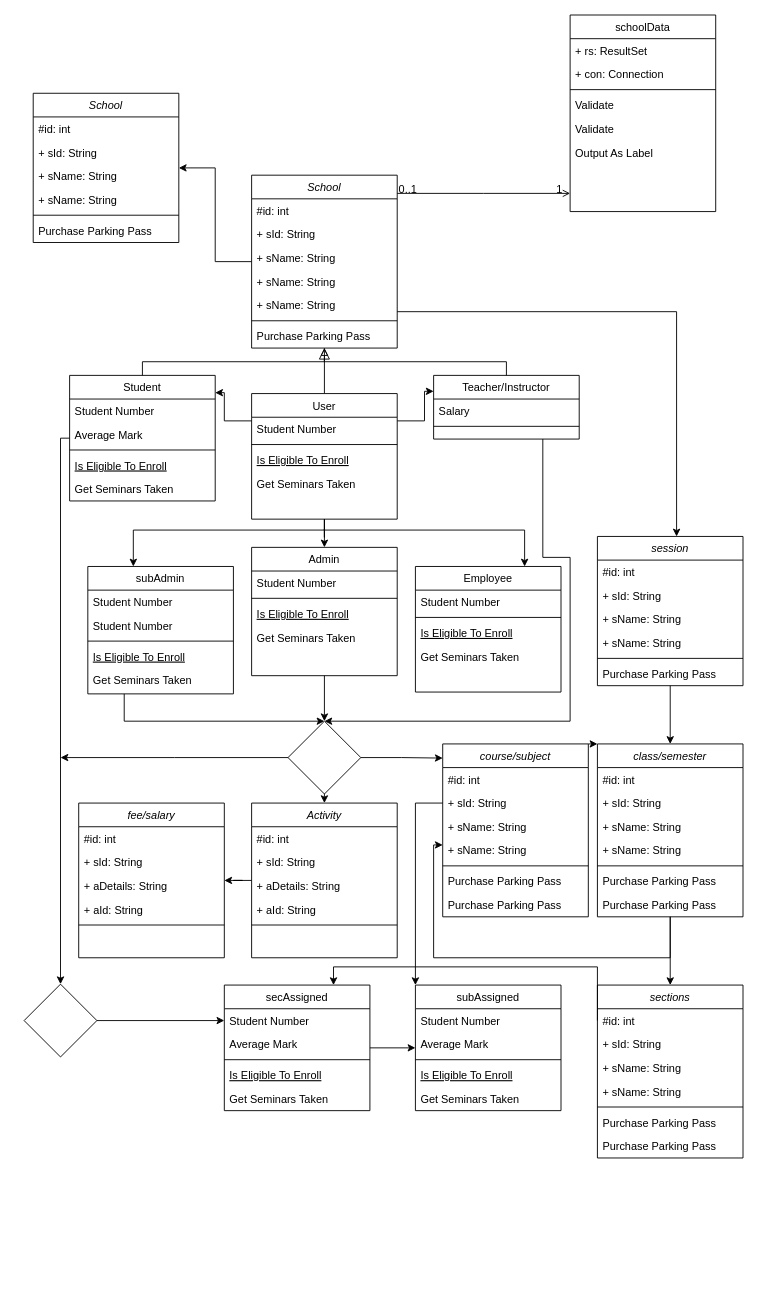
Earlier version of the draw.io diagram Untitled Diagram.drawio (mffoysal/git-github). Source tidied: cells renumbered, new cells numbered last; positions are measured from the earlier drawing's top-left corner, leaving out a move shared by most shapes. Both pictures are drawn from the tidied source at 91%, with x=0, y=0 at pixel (24, 15).
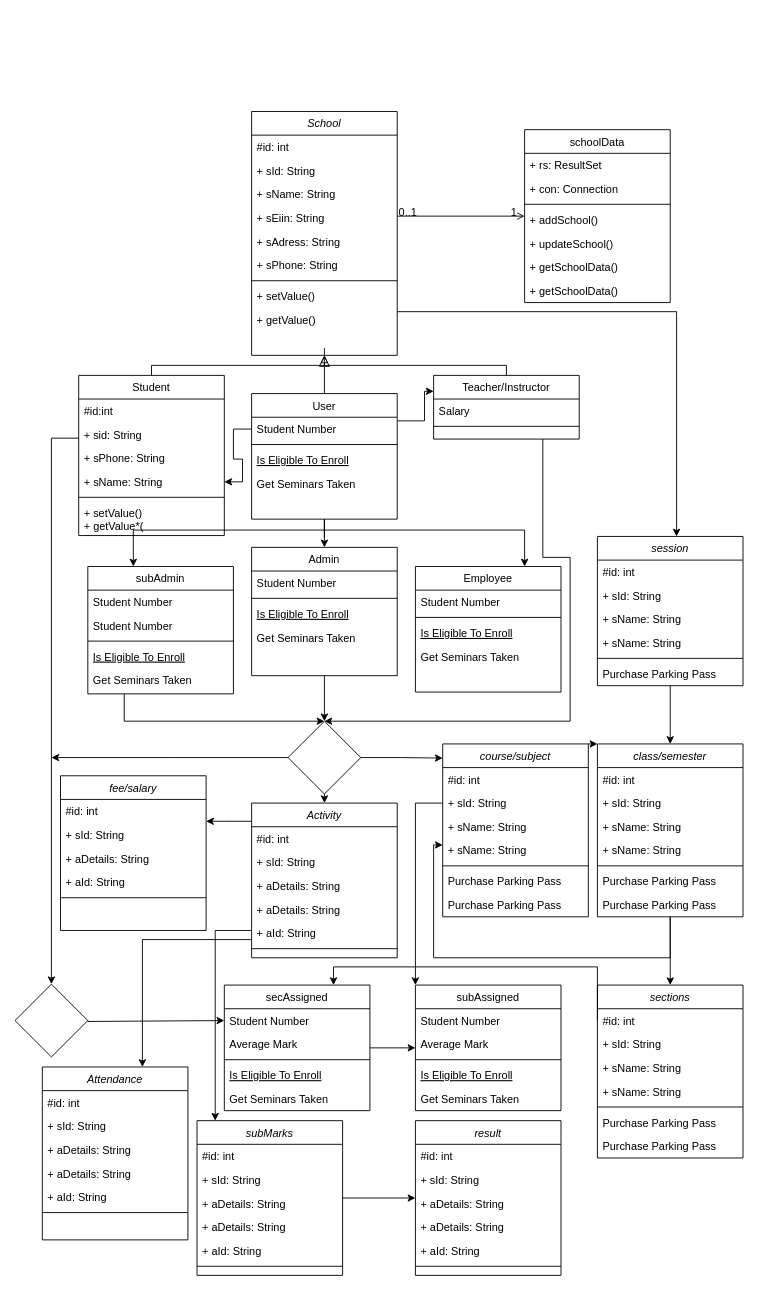
Above is the later version.

Unchanged cells that the change refers to:
```xml
<mxCell id="41" value="Student Number" style="text;align=left;verticalAlign=top;spacingLeft=4;spacingRight=4;overflow=hidden;points=[[0,0.5],[1,0.5]];portConstraint=eastwest;" parent="40" vertex="1">
  <mxGeometry y="26" width="160" height="26" as="geometry" />
</mxCell>
<mxCell id="108" value="Activity" style="swimlane;fontStyle=2;align=center;verticalAlign=top;horizontal=1;startSize=26;rounded=0;shadow=0;strokeWidth=1;" parent="1" vertex="1">
  <mxGeometry x="250" y="866" width="160" height="170" as="geometry" />
</mxCell>
<mxCell id="116" value="Student Number" style="text;align=left;verticalAlign=top;spacingLeft=4;spacingRight=4;overflow=hidden;points=[[0,0.5],[1,0.5]];portConstraint=eastwest;" parent="115" vertex="1">
  <mxGeometry y="26" width="160" height="26" as="geometry" />
</mxCell>
<mxCell id="134" style="rhombus;whiteSpace=wrap;html=1;verticalAlign=top;fontStyle=0;startSize=26;rounded=0;shadow=0;strokeWidth=1;" parent="1" vertex="1">
  <mxGeometry x="290" y="776" width="80" height="80" as="geometry" />
</mxCell>
```

What changed in the source:
```diff
@@
-    <mxCell id="2" style="edgeStyle=orthogonalEdgeStyle;rounded=0;jettySize=auto;html=1;" parent="1" edge="1" source="4" target="65">
-      <mxGeometry relative="1" as="geometry" />
-    </mxCell>
@@
     <mxCell id="4" value="School" style="swimlane;fontStyle=2;align=center;verticalAlign=top;horizontal=1;startSize=26;rounded=0;shadow=0;strokeWidth=1;" parent="1" vertex="1">
-      <mxGeometry x="250" y="176" width="160" height="190" as="geometry" />
+      <mxGeometry x="250" y="106" width="160" height="268" as="geometry" />
     </mxCell>
@@
-    <mxCell id="8" value="+ sName: String" style="text;align=left;verticalAlign=top;spacingLeft=4;spacingRight=4;overflow=hidden;rounded=0;shadow=0;html=0;" parent="4" vertex="1">
+    <mxCell id="8" value="+ sEiin: String" style="text;align=left;verticalAlign=top;spacingLeft=4;spacingRight=4;overflow=hidden;rounded=0;shadow=0;html=0;" parent="4" vertex="1">
       <mxGeometry y="104" width="160" height="26" as="geometry" />
     </mxCell>
-    <mxCell id="9" value="+ sName: String" style="text;align=left;verticalAlign=top;spacingLeft=4;spacingRight=4;overflow=hidden;rounded=0;shadow=0;html=0;" parent="4" vertex="1">
+    <mxCell id="9" value="+ sAdress: String" style="text;align=left;verticalAlign=top;spacingLeft=4;spacingRight=4;overflow=hidden;rounded=0;shadow=0;html=0;" parent="4" vertex="1">
       <mxGeometry y="130" width="160" height="26" as="geometry" />
     </mxCell>
+    <mxCell id="141" value="+ sPhone: String" style="text;align=left;verticalAlign=top;spacingLeft=4;spacingRight=4;overflow=hidden;rounded=0;shadow=0;html=0;" parent="4" vertex="1">
+      <mxGeometry y="156" width="160" height="26" as="geometry" />
+    </mxCell>
     <mxCell id="10" style="line;html=1;strokeWidth=1;align=left;verticalAlign=middle;spacingTop=-1;spacingLeft=3;spacingRight=3;labelPosition=right;" parent="4" vertex="1">
-      <mxGeometry y="156" width="160" height="8" as="geometry" />
+      <mxGeometry y="182" width="160" height="8" as="geometry" />
     </mxCell>
-    <mxCell id="11" value="Purchase Parking Pass" style="text;align=left;verticalAlign=top;spacingLeft=4;spacingRight=4;overflow=hidden;" parent="4" vertex="1">
-      <mxGeometry y="164" width="160" height="26" as="geometry" />
+    <mxCell id="11" value="+ setValue()" style="text;align=left;verticalAlign=top;spacingLeft=4;spacingRight=4;overflow=hidden;" parent="4" vertex="1">
+      <mxGeometry y="190" width="160" height="26" as="geometry" />
     </mxCell>
+    <mxCell id="142" value="+ getValue()" style="text;align=left;verticalAlign=top;spacingLeft=4;spacingRight=4;overflow=hidden;" parent="4" vertex="1">
+      <mxGeometry y="216" width="160" height="26" as="geometry" />
+    </mxCell>
     <mxCell id="12" style="edgeStyle=orthogonalEdgeStyle;rounded=0;jettySize=auto;html=1;" parent="1" edge="1" source="13" target="130">
       <mxGeometry relative="1" as="geometry">
         <Array as="points">
-          <mxPoint x="40" y="465" />
-          <mxPoint x="40" y="1135" />
+          <mxPoint x="30" y="465" />
         </Array>
       </mxGeometry>
     </mxCell>
     <mxCell id="13" value="Student" style="swimlane;fontStyle=0;align=center;verticalAlign=top;horizontal=1;startSize=26;rounded=0;shadow=0;strokeWidth=1;" parent="1" vertex="1">
-      <mxGeometry x="50" y="396" width="160" height="138" as="geometry" />
+      <mxGeometry x="60" y="396" width="160" height="176" as="geometry" />
     </mxCell>
-    <mxCell id="14" value="Student Number" style="text;align=left;verticalAlign=top;spacingLeft=4;spacingRight=4;overflow=hidden;" parent="13" vertex="1">
+    <mxCell id="14" value="#id:int" style="text;align=left;verticalAlign=top;spacingLeft=4;spacingRight=4;overflow=hidden;" parent="13" vertex="1">
       <mxGeometry y="26" width="160" height="26" as="geometry" />
     </mxCell>
-    <mxCell id="15" value="Average Mark" style="text;align=left;verticalAlign=top;spacingLeft=4;spacingRight=4;overflow=hidden;rounded=0;shadow=0;html=0;" parent="13" vertex="1">
+    <mxCell id="15" value="+ sid: String" style="text;align=left;verticalAlign=top;spacingLeft=4;spacingRight=4;overflow=hidden;rounded=0;shadow=0;html=0;" parent="13" vertex="1">
       <mxGeometry y="52" width="160" height="26" as="geometry" />
     </mxCell>
+    <mxCell id="143" value="+ sPhone: String" style="text;align=left;verticalAlign=top;spacingLeft=4;spacingRight=4;overflow=hidden;rounded=0;shadow=0;html=0;" parent="13" vertex="1">
+      <mxGeometry y="78" width="160" height="26" as="geometry" />
+    </mxCell>
+    <mxCell id="69" value="+ sName: String" style="text;align=left;verticalAlign=top;spacingLeft=4;spacingRight=4;overflow=hidden;points=[[0,0.5],[1,0.5]];portConstraint=eastwest;rounded=0;shadow=0;html=0;" parent="13" vertex="1">
+      <mxGeometry y="104" width="160" height="26" as="geometry" />
+    </mxCell>
     <mxCell id="16" style="line;html=1;strokeWidth=1;align=left;verticalAlign=middle;spacingTop=-1;spacingLeft=3;spacingRight=3;labelPosition=right;" parent="13" vertex="1">
-      <mxGeometry y="78" width="160" height="8" as="geometry" />
+      <mxGeometry y="130" width="160" height="8" as="geometry" />
     </mxCell>
-    <mxCell id="17" value="Is Eligible To Enroll" style="text;align=left;verticalAlign=top;spacingLeft=4;spacingRight=4;overflow=hidden;fontStyle=4;" parent="13" vertex="1">
-      <mxGeometry y="86" width="160" height="26" as="geometry" />
-    </mxCell>
-    <mxCell id="18" value="Get Seminars Taken" style="text;align=left;verticalAlign=top;spacingLeft=4;spacingRight=4;overflow=hidden;" parent="13" vertex="1">
-      <mxGeometry y="112" width="160" height="26" as="geometry" />
+    <mxCell id="18" value="+ setValue()&#10;+ getValue*(" style="text;align=left;verticalAlign=top;spacingLeft=4;spacingRight=4;overflow=hidden;" parent="13" vertex="1">
+      <mxGeometry y="138" width="160" height="38" as="geometry" />
     </mxCell>
@@
     <mxCell id="25" value="schoolData" style="swimlane;fontStyle=0;align=center;verticalAlign=top;horizontal=1;startSize=26;rounded=0;shadow=0;strokeWidth=1;" parent="1" vertex="1">
-      <mxGeometry x="600" width="160" height="216" as="geometry" />
+      <mxGeometry x="550" y="126" width="160" height="190" as="geometry" />
     </mxCell>
@@
-    <mxCell id="29" value="Validate" style="text;align=left;verticalAlign=top;spacingLeft=4;spacingRight=4;overflow=hidden;" parent="25" vertex="1">
+    <mxCell id="29" value="+ addSchool()" style="text;align=left;verticalAlign=top;spacingLeft=4;spacingRight=4;overflow=hidden;" parent="25" vertex="1">
       <mxGeometry y="86" width="160" height="26" as="geometry" />
     </mxCell>
-    <mxCell id="30" value="Validate" style="text;align=left;verticalAlign=top;spacingLeft=4;spacingRight=4;overflow=hidden;" parent="25" vertex="1">
+    <mxCell id="30" value="+ updateSchool()" style="text;align=left;verticalAlign=top;spacingLeft=4;spacingRight=4;overflow=hidden;" parent="25" vertex="1">
       <mxGeometry y="112" width="160" height="26" as="geometry" />
     </mxCell>
-    <mxCell id="31" value="Output As Label" style="text;align=left;verticalAlign=top;spacingLeft=4;spacingRight=4;overflow=hidden;" parent="25" vertex="1">
+    <mxCell id="31" value="+ getSchoolData()" style="text;align=left;verticalAlign=top;spacingLeft=4;spacingRight=4;overflow=hidden;" parent="25" vertex="1">
       <mxGeometry y="138" width="160" height="26" as="geometry" />
     </mxCell>
+    <mxCell id="144" value="+ getSchoolData()" style="text;align=left;verticalAlign=top;spacingLeft=4;spacingRight=4;overflow=hidden;" parent="25" vertex="1">
+      <mxGeometry y="164" width="160" height="26" as="geometry" />
+    </mxCell>
@@
-    <mxCell id="64" style="edgeStyle=orthogonalEdgeStyle;rounded=0;jettySize=auto;html=1;entryX=1;entryY=0.138;entryDx=0;entryDy=0;entryPerimeter=0;" parent="1" edge="1" source="41" target="13">
-      <mxGeometry relative="1" as="geometry">
-        <Array as="points">
-          <mxPoint x="220" y="446" />
-          <mxPoint x="220" y="415" />
-        </Array>
-      </mxGeometry>
-    </mxCell>
-    <mxCell id="65" value="School" style="swimlane;fontStyle=2;align=center;verticalAlign=top;horizontal=1;startSize=26;rounded=0;shadow=0;strokeWidth=1;" parent="1" vertex="1">
-      <mxGeometry x="10" y="86" width="160" height="164" as="geometry" />
-    </mxCell>
-    <mxCell id="66" value="#id: int&#10;" style="text;align=left;verticalAlign=top;spacingLeft=4;spacingRight=4;overflow=hidden;" parent="65" vertex="1">
-      <mxGeometry y="26" width="160" height="26" as="geometry" />
-    </mxCell>
-    <mxCell id="67" value="+ sId: String" style="text;align=left;verticalAlign=top;spacingLeft=4;spacingRight=4;overflow=hidden;rounded=0;shadow=0;html=0;" parent="65" vertex="1">
-      <mxGeometry y="52" width="160" height="26" as="geometry" />
-    </mxCell>
-    <mxCell id="68" value="+ sName: String" style="text;align=left;verticalAlign=top;spacingLeft=4;spacingRight=4;overflow=hidden;rounded=0;shadow=0;html=0;" parent="65" vertex="1">
-      <mxGeometry y="78" width="160" height="26" as="geometry" />
-    </mxCell>
-    <mxCell id="69" value="+ sName: String" style="text;align=left;verticalAlign=top;spacingLeft=4;spacingRight=4;overflow=hidden;points=[[0,0.5],[1,0.5]];portConstraint=eastwest;rounded=0;shadow=0;html=0;" parent="65" vertex="1">
-      <mxGeometry y="104" width="160" height="26" as="geometry" />
-    </mxCell>
-    <mxCell id="70" style="line;html=1;strokeWidth=1;align=left;verticalAlign=middle;spacingTop=-1;spacingLeft=3;spacingRight=3;labelPosition=right;" parent="65" vertex="1">
-      <mxGeometry y="130" width="160" height="8" as="geometry" />
-    </mxCell>
-    <mxCell id="71" value="Purchase Parking Pass" style="text;align=left;verticalAlign=top;spacingLeft=4;spacingRight=4;overflow=hidden;" parent="65" vertex="1">
-      <mxGeometry y="138" width="160" height="26" as="geometry" />
-    </mxCell>
@@
     <mxCell id="107" style="edgeStyle=orthogonalEdgeStyle;rounded=0;jettySize=auto;html=1;" parent="1" edge="1" source="108" target="135">
-      <mxGeometry relative="1" as="geometry" />
+      <mxGeometry relative="1" as="geometry">
+        <Array as="points">
+          <mxPoint x="220" y="886" />
+          <mxPoint x="220" y="886" />
+        </Array>
+      </mxGeometry>
     </mxCell>
+    <mxCell id="145" style="edgeStyle=orthogonalEdgeStyle;rounded=0;jettySize=auto;html=1;" parent="1" edge="1" source="108" target="148">
+      <mxGeometry relative="1" as="geometry">
+        <Array as="points">
+          <mxPoint x="130" y="1016" />
+        </Array>
+      </mxGeometry>
+    </mxCell>
+    <mxCell id="146" style="edgeStyle=orthogonalEdgeStyle;rounded=0;jettySize=auto;html=1;" parent="1" edge="1" source="108" target="156">
+      <mxGeometry relative="1" as="geometry">
+        <Array as="points">
+          <mxPoint x="210" y="1006" />
+        </Array>
+      </mxGeometry>
+    </mxCell>
@@
+    <mxCell id="147" value="+ aDetails: String" style="text;align=left;verticalAlign=top;spacingLeft=4;spacingRight=4;overflow=hidden;rounded=0;shadow=0;html=0;" parent="108" vertex="1">
+      <mxGeometry y="78" width="160" height="26" as="geometry" />
+    </mxCell>
     <mxCell id="111" value="+ aDetails: String" style="text;align=left;verticalAlign=top;spacingLeft=4;spacingRight=4;overflow=hidden;rounded=0;shadow=0;html=0;" parent="108" vertex="1">
-      <mxGeometry y="78" width="160" height="26" as="geometry" />
+      <mxGeometry y="104" width="160" height="26" as="geometry" />
     </mxCell>
     <mxCell id="112" value="+ aId: String" style="text;align=left;verticalAlign=top;spacingLeft=4;spacingRight=4;overflow=hidden;rounded=0;shadow=0;html=0;" parent="108" vertex="1">
-      <mxGeometry y="104" width="160" height="26" as="geometry" />
+      <mxGeometry y="130" width="160" height="26" as="geometry" />
     </mxCell>
     <mxCell id="113" style="line;html=1;strokeWidth=1;align=left;verticalAlign=middle;spacingTop=-1;spacingLeft=3;spacingRight=3;labelPosition=right;" parent="108" vertex="1">
-      <mxGeometry y="130" width="160" height="8" as="geometry" />
+      <mxGeometry y="156" width="160" height="8" as="geometry" />
     </mxCell>
@@
     <mxCell id="129" style="edgeStyle=orthogonalEdgeStyle;rounded=0;jettySize=auto;html=1;exitX=0.5;exitY=0;exitDx=0;exitDy=0;entryX=0;entryY=0.5;entryDx=0;entryDy=0;" parent="1" edge="1" source="130" target="116">
-      <mxGeometry relative="1" as="geometry" />
+      <mxGeometry relative="1" as="geometry">
+        <Array as="points">
+          <mxPoint x="70" y="1106" />
+        </Array>
+      </mxGeometry>
     </mxCell>
     <mxCell id="130" style="rhombus;whiteSpace=wrap;html=1;verticalAlign=top;fontStyle=0;startSize=26;rounded=0;shadow=0;strokeWidth=1;direction=south;" parent="1" vertex="1">
-      <mxGeometry y="1065" width="80" height="80" as="geometry" />
+      <mxGeometry x="-10" y="1065" width="80" height="80" as="geometry" />
     </mxCell>
     <mxCell id="131" style="edgeStyle=orthogonalEdgeStyle;rounded=0;jettySize=auto;html=1;exitX=0;exitY=0.5;exitDx=0;exitDy=0;" parent="1" edge="1" source="134">
       <mxGeometry relative="1" as="geometry">
-        <mxPoint x="40" y="816" as="targetPoint" />
+        <mxPoint x="30" y="816" as="targetPoint" />
       </mxGeometry>
     </mxCell>
@@
     <mxCell id="135" value="fee/salary" style="swimlane;fontStyle=2;align=center;verticalAlign=top;horizontal=1;startSize=26;rounded=0;shadow=0;strokeWidth=1;" parent="1" vertex="1">
-      <mxGeometry x="60" y="866" width="160" height="170" as="geometry" />
+      <mxGeometry x="40" y="836" width="160" height="170" as="geometry" />
     </mxCell>
@@
+    <mxCell id="148" value="Attendance" style="swimlane;fontStyle=2;align=center;verticalAlign=top;horizontal=1;startSize=26;rounded=0;shadow=0;strokeWidth=1;" parent="1" vertex="1">
+      <mxGeometry x="20" y="1156" width="160" height="190" as="geometry" />
+    </mxCell>
+    <mxCell id="149" value="#id: int&#10;" style="text;align=left;verticalAlign=top;spacingLeft=4;spacingRight=4;overflow=hidden;" parent="148" vertex="1">
+      <mxGeometry y="26" width="160" height="26" as="geometry" />
+    </mxCell>
+    <mxCell id="150" value="+ sId: String" style="text;align=left;verticalAlign=top;spacingLeft=4;spacingRight=4;overflow=hidden;rounded=0;shadow=0;html=0;" parent="148" vertex="1">
+      <mxGeometry y="52" width="160" height="26" as="geometry" />
+    </mxCell>
+    <mxCell id="151" value="+ aDetails: String" style="text;align=left;verticalAlign=top;spacingLeft=4;spacingRight=4;overflow=hidden;rounded=0;shadow=0;html=0;" parent="148" vertex="1">
+      <mxGeometry y="78" width="160" height="26" as="geometry" />
+    </mxCell>
+    <mxCell id="152" value="+ aDetails: String" style="text;align=left;verticalAlign=top;spacingLeft=4;spacingRight=4;overflow=hidden;rounded=0;shadow=0;html=0;" parent="148" vertex="1">
+      <mxGeometry y="104" width="160" height="26" as="geometry" />
+    </mxCell>
+    <mxCell id="153" value="+ aId: String" style="text;align=left;verticalAlign=top;spacingLeft=4;spacingRight=4;overflow=hidden;rounded=0;shadow=0;html=0;" parent="148" vertex="1">
+      <mxGeometry y="130" width="160" height="26" as="geometry" />
+    </mxCell>
+    <mxCell id="154" style="line;html=1;strokeWidth=1;align=left;verticalAlign=middle;spacingTop=-1;spacingLeft=3;spacingRight=3;labelPosition=right;" parent="148" vertex="1">
+      <mxGeometry y="156" width="160" height="8" as="geometry" />
+    </mxCell>
+    <mxCell id="155" style="edgeStyle=orthogonalEdgeStyle;rounded=0;jettySize=auto;html=1;" parent="1" edge="1" source="156" target="163">
+      <mxGeometry relative="1" as="geometry" />
+    </mxCell>
+    <mxCell id="156" value="subMarks" style="swimlane;fontStyle=2;align=center;verticalAlign=top;horizontal=1;startSize=26;rounded=0;shadow=0;strokeWidth=1;" parent="1" vertex="1">
+      <mxGeometry x="190" y="1215" width="160" height="170" as="geometry" />
+    </mxCell>
+    <mxCell id="157" value="#id: int&#10;" style="text;align=left;verticalAlign=top;spacingLeft=4;spacingRight=4;overflow=hidden;" parent="156" vertex="1">
+      <mxGeometry y="26" width="160" height="26" as="geometry" />
+    </mxCell>
+    <mxCell id="158" value="+ sId: String" style="text;align=left;verticalAlign=top;spacingLeft=4;spacingRight=4;overflow=hidden;rounded=0;shadow=0;html=0;" parent="156" vertex="1">
+      <mxGeometry y="52" width="160" height="26" as="geometry" />
+    </mxCell>
+    <mxCell id="159" value="+ aDetails: String" style="text;align=left;verticalAlign=top;spacingLeft=4;spacingRight=4;overflow=hidden;rounded=0;shadow=0;html=0;" parent="156" vertex="1">
+      <mxGeometry y="78" width="160" height="26" as="geometry" />
+    </mxCell>
+    <mxCell id="160" value="+ aDetails: String" style="text;align=left;verticalAlign=top;spacingLeft=4;spacingRight=4;overflow=hidden;rounded=0;shadow=0;html=0;" parent="156" vertex="1">
+      <mxGeometry y="104" width="160" height="26" as="geometry" />
+    </mxCell>
+    <mxCell id="161" value="+ aId: String" style="text;align=left;verticalAlign=top;spacingLeft=4;spacingRight=4;overflow=hidden;rounded=0;shadow=0;html=0;" parent="156" vertex="1">
+      <mxGeometry y="130" width="160" height="26" as="geometry" />
+    </mxCell>
+    <mxCell id="162" style="line;html=1;strokeWidth=1;align=left;verticalAlign=middle;spacingTop=-1;spacingLeft=3;spacingRight=3;labelPosition=right;" parent="156" vertex="1">
+      <mxGeometry y="156" width="160" height="8" as="geometry" />
+    </mxCell>
+    <mxCell id="163" value="result" style="swimlane;fontStyle=2;align=center;verticalAlign=top;horizontal=1;startSize=26;rounded=0;shadow=0;strokeWidth=1;" parent="1" vertex="1">
+      <mxGeometry x="430" y="1215" width="160" height="170" as="geometry" />
+    </mxCell>
+    <mxCell id="164" value="#id: int&#10;" style="text;align=left;verticalAlign=top;spacingLeft=4;spacingRight=4;overflow=hidden;" parent="163" vertex="1">
+      <mxGeometry y="26" width="160" height="26" as="geometry" />
+    </mxCell>
+    <mxCell id="165" value="+ sId: String" style="text;align=left;verticalAlign=top;spacingLeft=4;spacingRight=4;overflow=hidden;rounded=0;shadow=0;html=0;" parent="163" vertex="1">
+      <mxGeometry y="52" width="160" height="26" as="geometry" />
+    </mxCell>
+    <mxCell id="166" value="+ aDetails: String" style="text;align=left;verticalAlign=top;spacingLeft=4;spacingRight=4;overflow=hidden;rounded=0;shadow=0;html=0;" parent="163" vertex="1">
+      <mxGeometry y="78" width="160" height="26" as="geometry" />
+    </mxCell>
+    <mxCell id="167" value="+ aDetails: String" style="text;align=left;verticalAlign=top;spacingLeft=4;spacingRight=4;overflow=hidden;rounded=0;shadow=0;html=0;" parent="163" vertex="1">
+      <mxGeometry y="104" width="160" height="26" as="geometry" />
+    </mxCell>
+    <mxCell id="168" value="+ aId: String" style="text;align=left;verticalAlign=top;spacingLeft=4;spacingRight=4;overflow=hidden;rounded=0;shadow=0;html=0;" parent="163" vertex="1">
+      <mxGeometry y="130" width="160" height="26" as="geometry" />
+    </mxCell>
+    <mxCell id="169" style="line;html=1;strokeWidth=1;align=left;verticalAlign=middle;spacingTop=-1;spacingLeft=3;spacingRight=3;labelPosition=right;" parent="163" vertex="1">
+      <mxGeometry y="156" width="160" height="8" as="geometry" />
+    </mxCell>
+    <mxCell id="170" style="edgeStyle=orthogonalEdgeStyle;rounded=0;jettySize=auto;html=1;" parent="1" edge="1" source="41" target="69">
+      <mxGeometry relative="1" as="geometry" />
+    </mxCell>
```
